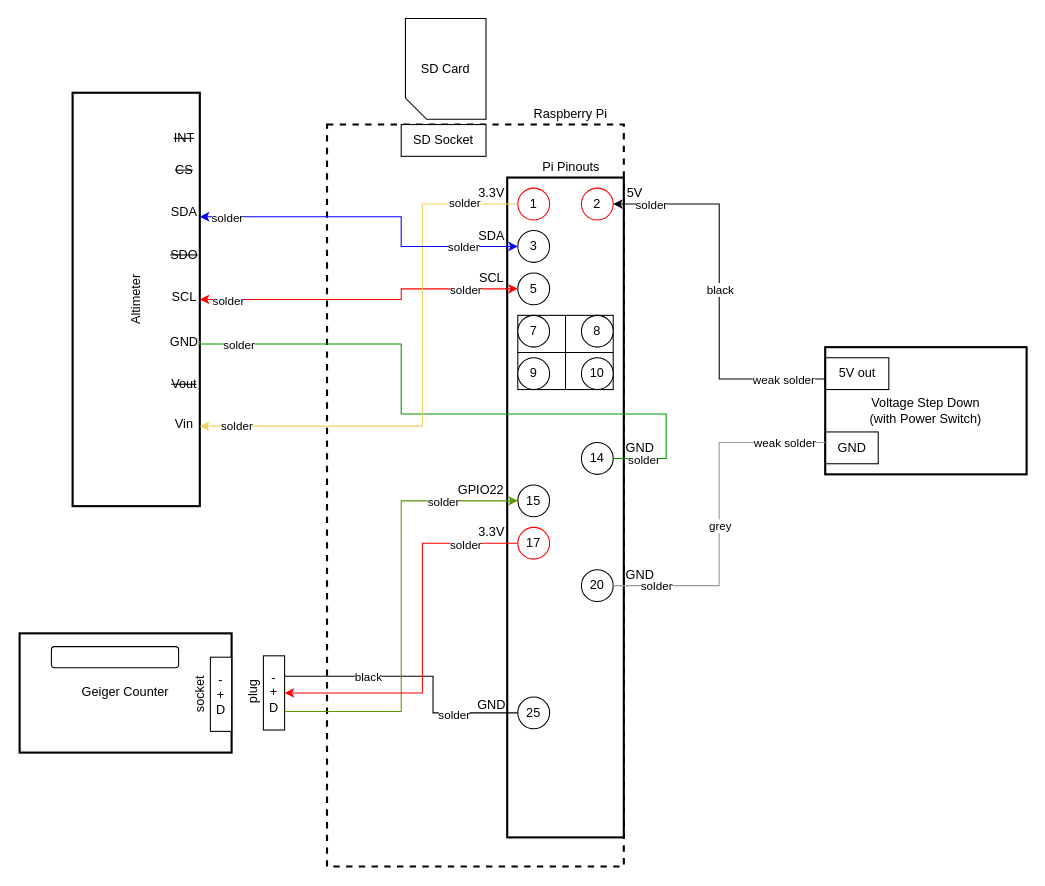
Above: AvionicsConnection.drawio in NGC0001/NationalRocketryChampionship23-24 (draw.io), before the change. Source tidied: cells renumbered, new cells numbered last; positions are measured from the earlier drawing's top-left corner, leaving out a move shared by most shapes. Both pictures are drawn from the tidied source at 106%, with x=0, y=0 at pixel (19, 18).
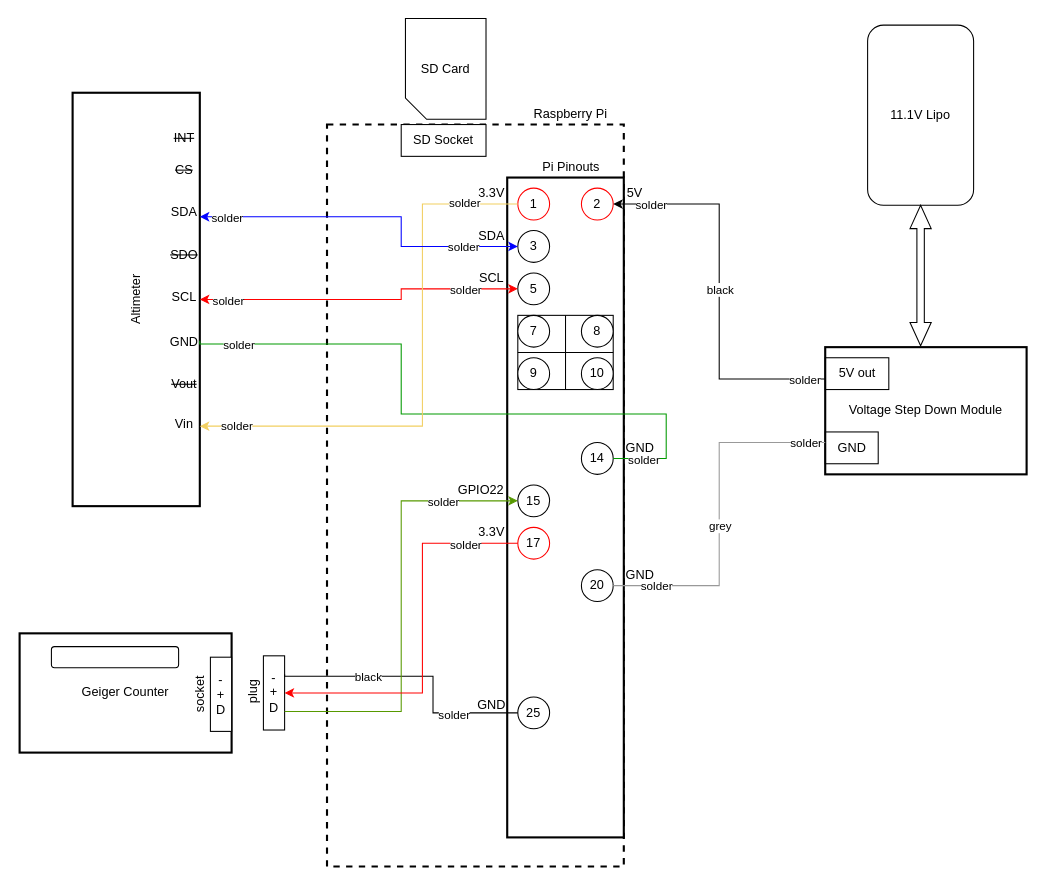
Above is the later version.

The change refers to these unchanged cells:
```xml
<mxCell id="59" style="group;" parent="1" vertex="1">
  <mxGeometry x="760" y="310" width="190" height="120" as="geometry" />
</mxCell>
<mxCell id="81" style="edgeStyle=orthogonalEdgeStyle;rounded=0;jettySize=auto;html=1;entryX=1;entryY=0.5;entryDx=0;entryDy=0;strokeColor=#000000;endArrow=classic;endFill=1;startArrow=none;startFill=0;exitX=0;exitY=0.25;exitDx=0;exitDy=0;" parent="1" edge="1" source="60" target="21">
  <mxGeometry relative="1" as="geometry" />
</mxCell>
<mxCell id="85" style="edgeStyle=orthogonalEdgeStyle;rounded=0;jettySize=auto;html=1;exitX=1;exitY=0.5;exitDx=0;exitDy=0;endArrow=none;endFill=0;strokeColor=#999999;entryX=0;entryY=0.75;entryDx=0;entryDy=0;" parent="1" edge="1" source="22" target="60">
  <mxGeometry relative="1" as="geometry">
    <Array as="points">
      <mxPoint x="660" y="535" />
      <mxPoint x="660" y="400" />
    </Array>
  </mxGeometry>
</mxCell>
```

Change to the diagram source:
```diff
@@
-    <mxCell id="60" value="Voltage Step Down&lt;div&gt;(with Power Switch)&lt;/div&gt;" style="rounded=0;whiteSpace=wrap;html=1;strokeWidth=2;" parent="59" vertex="1">
+    <mxCell id="60" value="Voltage Step Down Module" style="rounded=0;whiteSpace=wrap;html=1;strokeWidth=2;" parent="59" vertex="1">
       <mxGeometry width="190" height="120" as="geometry" />
     </mxCell>
@@
-    <mxCell id="84" value="weak solder" style="edgeLabel;html=1;align=center;verticalAlign=middle;" parent="81" vertex="1">
+    <mxCell id="84" value="solder" style="edgeLabel;html=1;align=center;verticalAlign=middle;" parent="81" vertex="1">
       <mxGeometry x="-0.84" relative="1" as="geometry">
-        <mxPoint x="-11" as="offset" />
+        <mxPoint x="9" as="offset" />
       </mxGeometry>
     </mxCell>
@@
-    <mxCell id="88" value="weak solder" style="edgeLabel;html=1;align=center;verticalAlign=middle;" parent="85" vertex="1">
+    <mxCell id="88" value="solder" style="edgeLabel;html=1;align=center;verticalAlign=middle;" parent="85" vertex="1">
       <mxGeometry x="0.8" relative="1" as="geometry">
-        <mxPoint x="-6" as="offset" />
+        <mxPoint x="14" as="offset" />
       </mxGeometry>
     </mxCell>
+    <mxCell id="89" value="11.1V Lipo" style="rounded=1;whiteSpace=wrap;html=1;" parent="1" vertex="1">
+      <mxGeometry x="800" y="6.2" width="100" height="170" as="geometry" />
+    </mxCell>
+    <mxCell id="90" style="html=1;shadow=0;dashed=0;align=center;verticalAlign=middle;shape=mxgraph.arrows2.twoWayArrow;dy=0.65;dx=22;direction=south;" parent="1" vertex="1">
+      <mxGeometry x="840" y="176.2" width="20" height="132.5" as="geometry" />
+    </mxCell>
```
